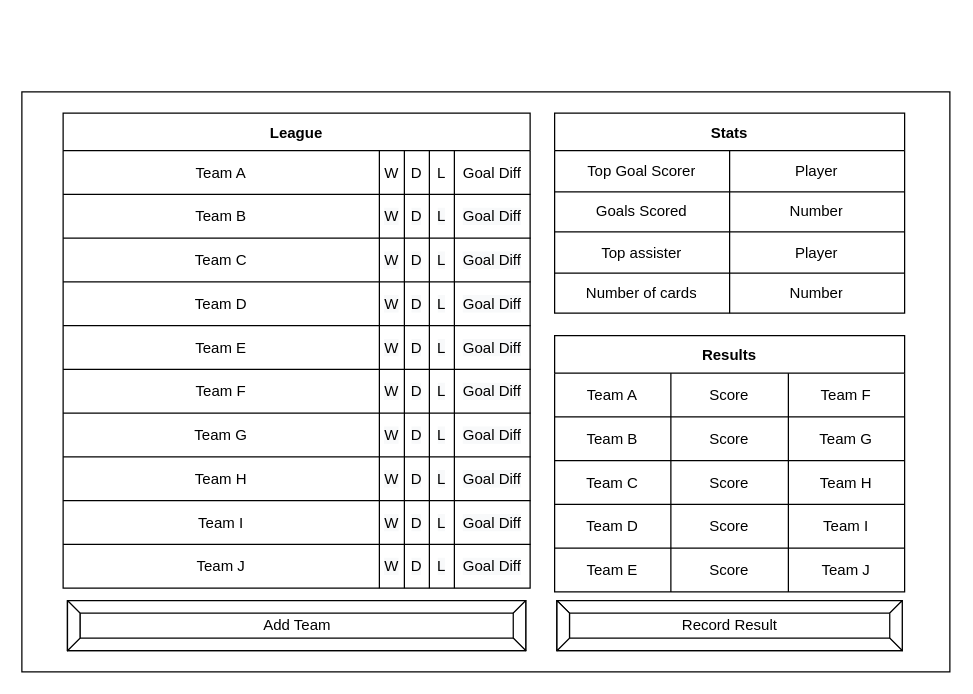
JackSmith00/FootballManager keeps this draw.io diagram as page "League Table page" (5 of 9) of Diagrams.drawio. Above is the earlier version. Source tidied: cells renumbered, new cells numbered last; positions are measured from the earlier drawing's top-left corner, leaving out a move shared by most shapes. Both pictures are drawn from the tidied source at 125%, with x=0, y=0 at pixel (21, 91).
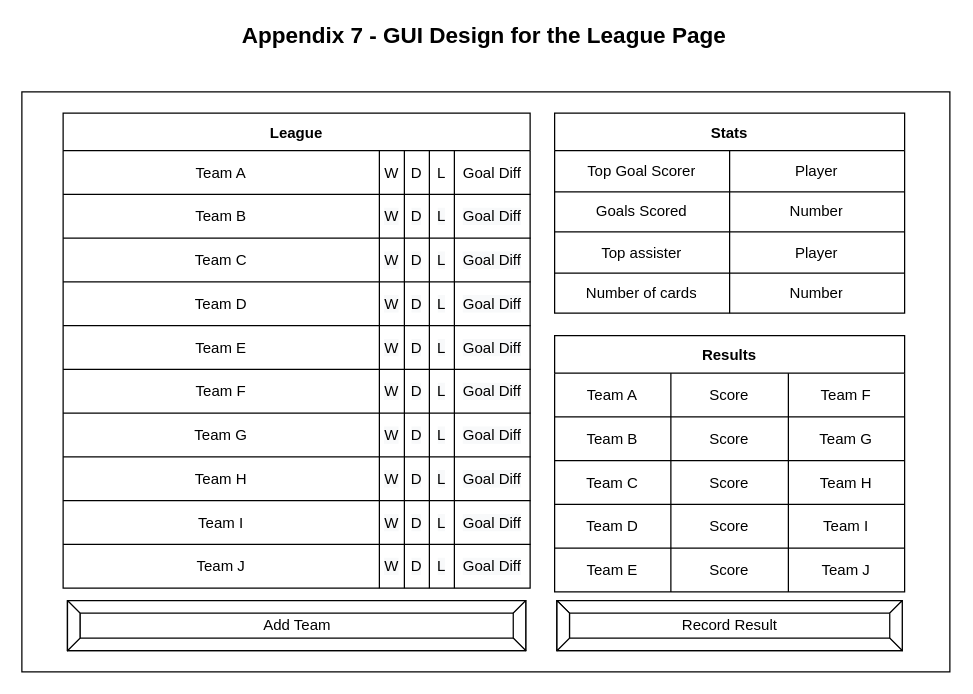
Above is the later version.

Diff of the diagram source:
```diff
@@
+    <mxCell id="100" value="&lt;p class=&quot;p1&quot; style=&quot;margin: 0px 0px 8px ; font-stretch: normal ; font-size: 18px ; line-height: normal ; font-family: &amp;#34;graphik&amp;#34;&quot;&gt;&lt;b&gt;Appendix 7 - GUI Design for the League Page&lt;/b&gt;&lt;/p&gt;" style="text;html=1;strokeColor=none;fillColor=none;align=center;verticalAlign=middle;whiteSpace=wrap;rounded=0;fontSize=24;" parent="1" vertex="1">
+      <mxGeometry x="150" y="-56" width="440" height="30" as="geometry" />
+    </mxCell>
```
